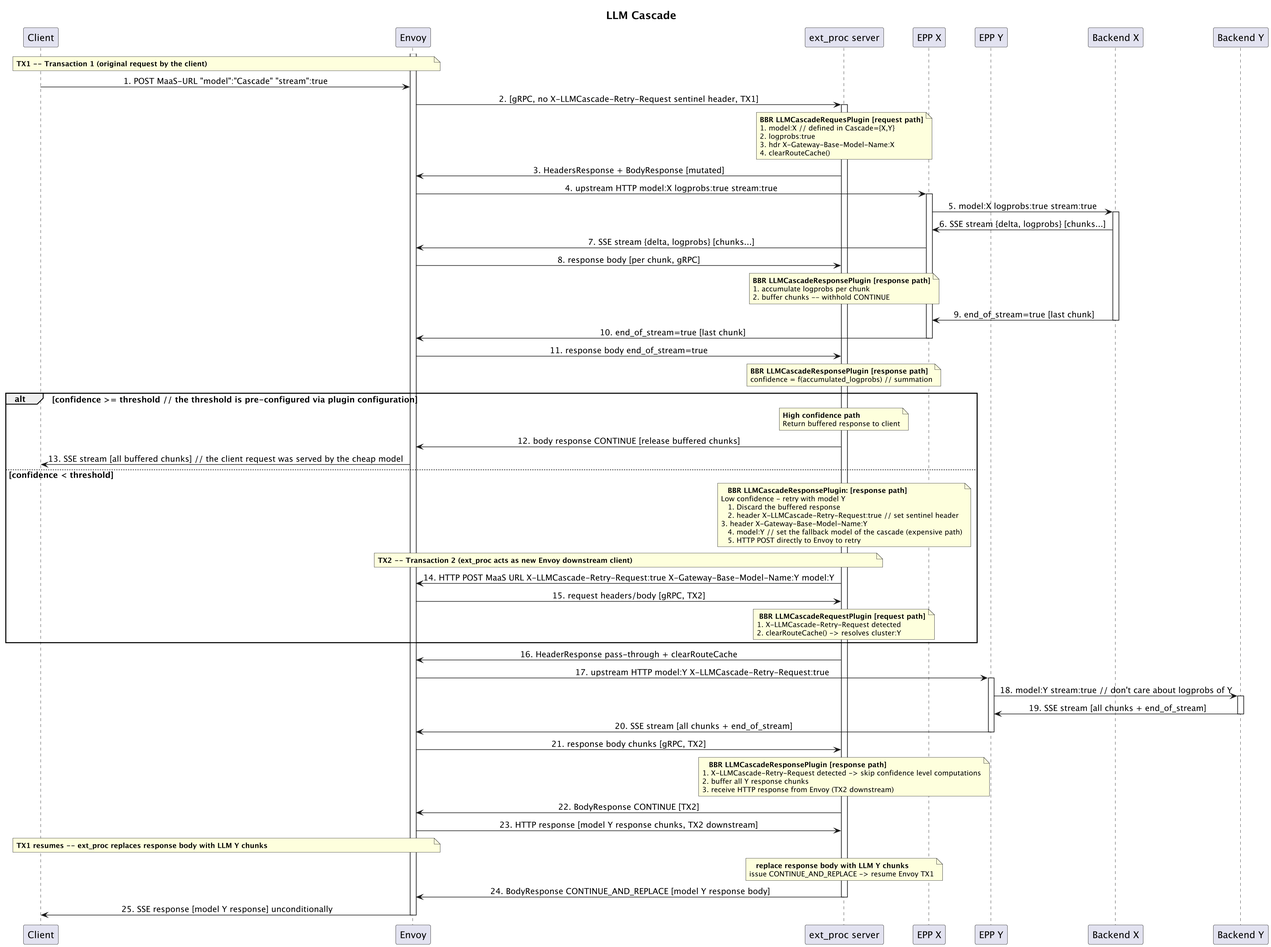
davidbreitgand/diagrams keeps this PlantUML diagram as LLMCascade.png. Above is the earlier version.
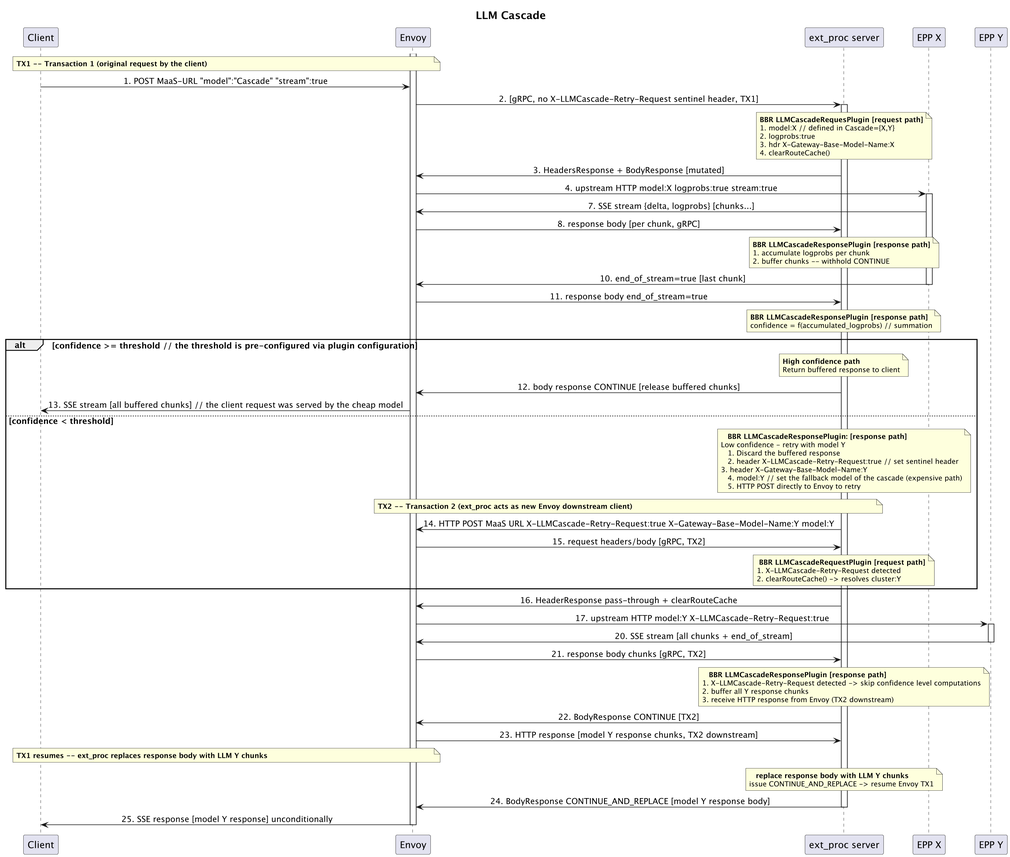
The same diagram one commit later.

The edit, as a diff of the source:
```diff
@@ -21,8 +21,6 @@
 participant "ext_proc server" as ext_proc
 participant "EPP X" as epp_cx
 participant "EPP Y" as epp_cy
-participant "Backend X" as backend_x
-participant "Backend Y" as backend_y
 
 activate envoy
 note over client,envoy
@@ -41,9 +39,6 @@
 ext_proc -> envoy: 3. HeadersResponse + BodyResponse [mutated]
 envoy -> epp_cx: 4. upstream HTTP model:X logprobs:true stream:true
 activate epp_cx
-epp_cx -> backend_x: 5. model:X logprobs:true stream:true
-activate backend_x
-backend_x -> epp_cx: 6. SSE stream {delta, logprobs} [chunks...]
 epp_cx -> envoy: 7. SSE stream {delta, logprobs} [chunks...]
 envoy -> ext_proc: 8. response body [per chunk, gRPC]
 note over ext_proc
@@ -51,8 +46,6 @@
   1. accumulate logprobs per chunk
   2. buffer chunks -- withhold CONTINUE
 end note
-backend_x -> epp_cx: 9. end_of_stream=true [last chunk]
-deactivate backend_x
 epp_cx -> envoy: 10. end_of_stream=true [last chunk]
 deactivate epp_cx
 envoy -> ext_proc: 11. response body end_of_stream=true
@@ -92,10 +85,6 @@
   ext_proc -> envoy: 16. HeaderResponse pass-through + clearRouteCache
   envoy -> epp_cy: 17. upstream HTTP model:Y X-LLMCascade-Retry-Request:true
   activate epp_cy
-  epp_cy -> backend_y: 18. model:Y stream:true // don't care about logprobs of Y
-  activate backend_y
-  backend_y -> epp_cy: 19. SSE stream [all chunks + end_of_stream]
-  deactivate backend_y
   epp_cy -> envoy: 20. SSE stream [all chunks + end_of_stream]
   deactivate epp_cy
   envoy -> ext_proc: 21. response body chunks [gRPC, TX2]
```
